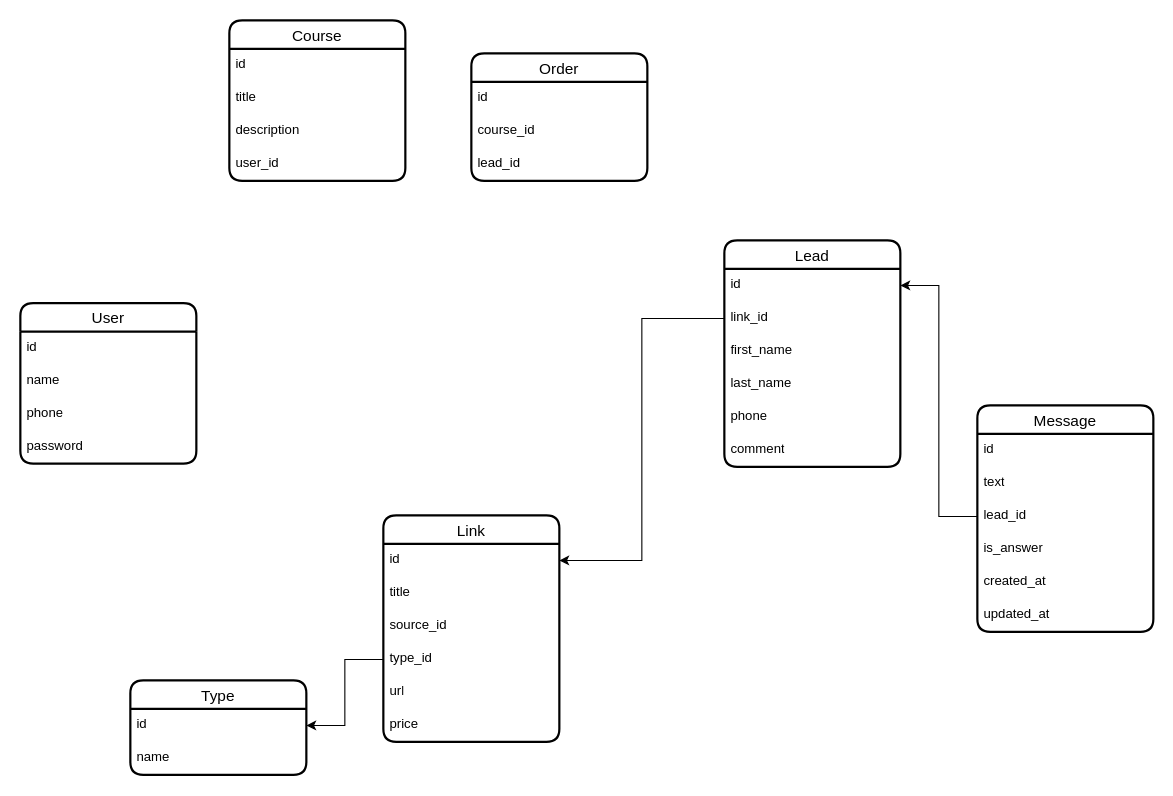
Above: page "Страница — 6" (6 of 6) of sales-up.drawio in iztileuoff/databases (draw.io), before the change. Source tidied: cells renumbered, new cells numbered last; positions are measured from the earlier drawing's top-left corner, leaving out a move shared by most shapes. Both pictures are drawn from the tidied source at 110%, with x=0, y=0 at pixel (20, 20).
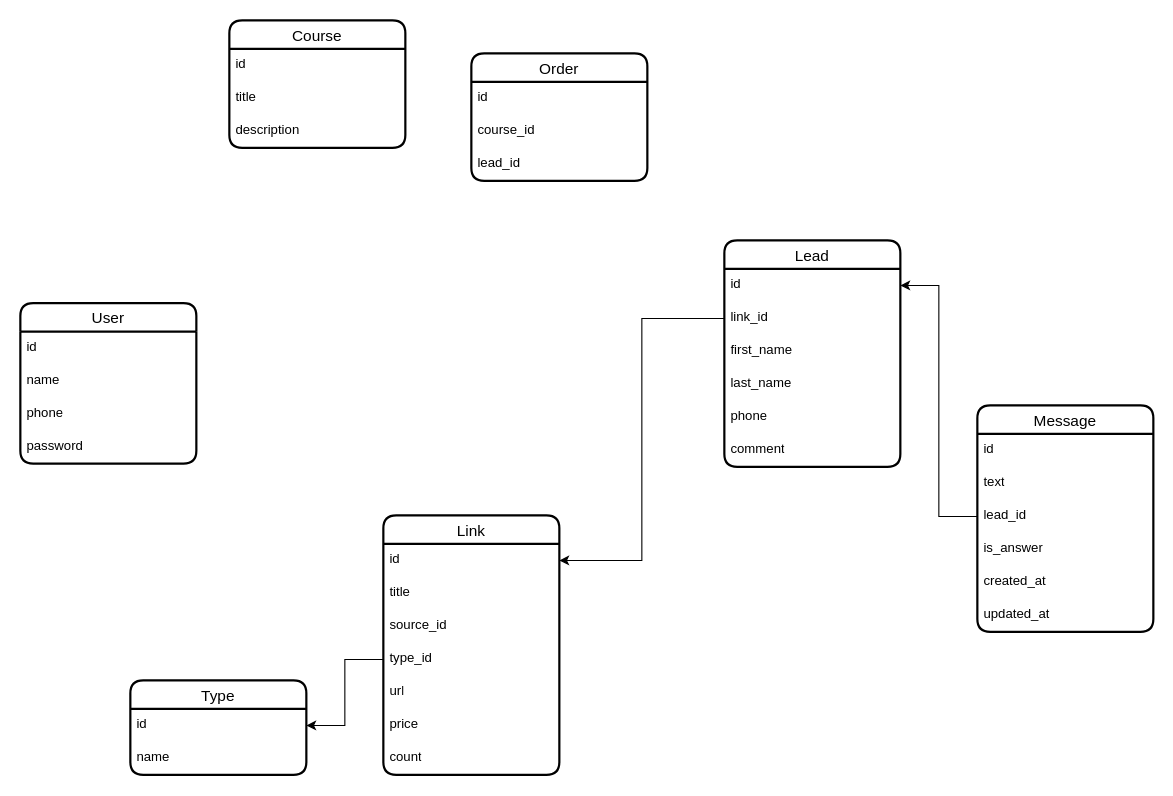
Above is the later version.

The edit, as a diff of the source:
```diff
@@
     <mxCell id="7" value="Link" style="swimlane;fontStyle=0;horizontal=1;startSize=26;align=center;fontSize=14;strokeWidth=2;rounded=1;shadow=0;glass=0;swimlaneLine=1;" parent="1" vertex="1">
-      <mxGeometry x="330" y="450" width="160" height="206" as="geometry" />
+      <mxGeometry x="330" y="450" width="160" height="236" as="geometry" />
     </mxCell>
@@
+    <mxCell id="43" value="count" style="text;strokeColor=none;fillColor=none;spacingLeft=4;spacingRight=4;overflow=hidden;fontSize=12;whiteSpace=wrap;html=1;" parent="7" vertex="1">
+      <mxGeometry y="206" width="160" height="30" as="geometry" />
+    </mxCell>
@@
     <mxCell id="21" value="Course" style="swimlane;fontStyle=0;horizontal=1;startSize=26;align=center;fontSize=14;strokeWidth=2;rounded=1;shadow=0;glass=0;swimlaneLine=1;" parent="1" vertex="1">
-      <mxGeometry x="190" width="160" height="146" as="geometry" />
+      <mxGeometry x="190" width="160" height="116" as="geometry" />
     </mxCell>
@@
-    <mxCell id="25" value="user_id" style="text;strokeColor=none;fillColor=none;spacingLeft=4;spacingRight=4;overflow=hidden;fontSize=12;whiteSpace=wrap;html=1;" parent="21" vertex="1">
-      <mxGeometry y="116" width="160" height="30" as="geometry" />
-    </mxCell>
```
